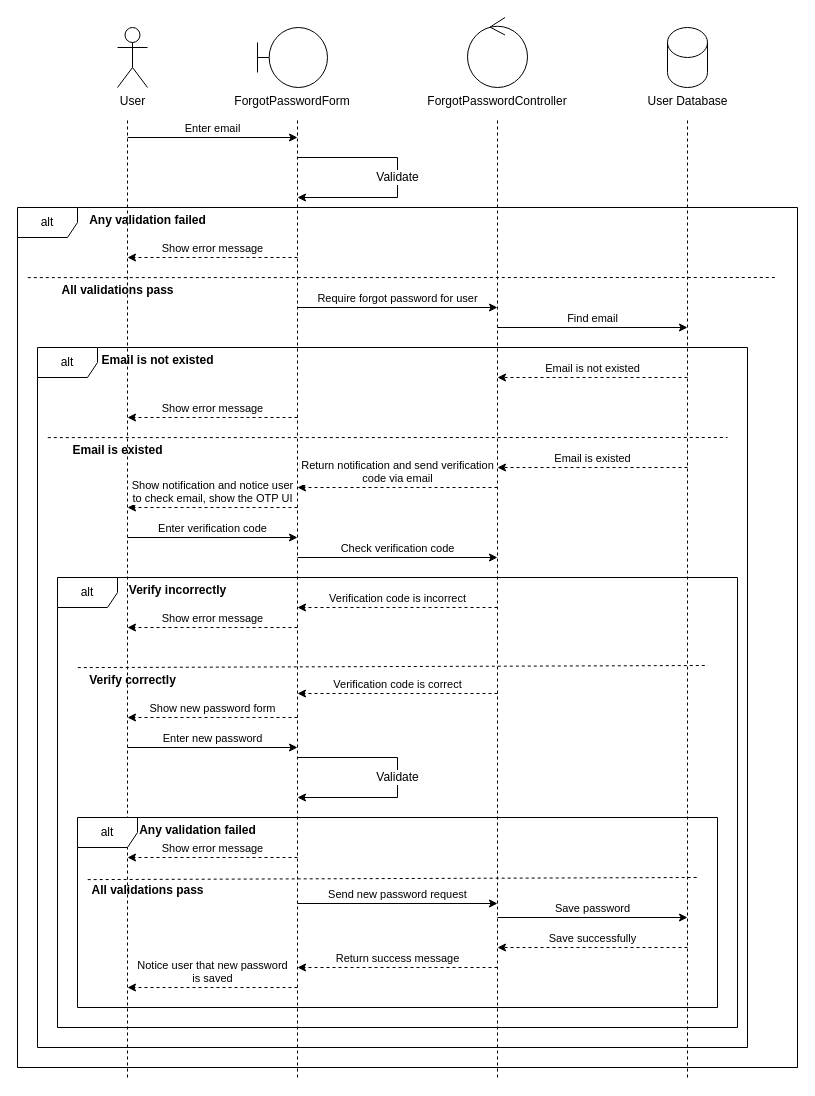
dncmaduro/gspacez-uml keeps this draw.io diagram as Forgot password.drawio. Above is the earlier version. Source tidied: cells renumbered, new cells numbered last; positions are measured from the earlier drawing's top-left corner, leaving out a move shared by most shapes. Both pictures are drawn from the tidied source at 100%, with x=0, y=0 at pixel (17, 17).
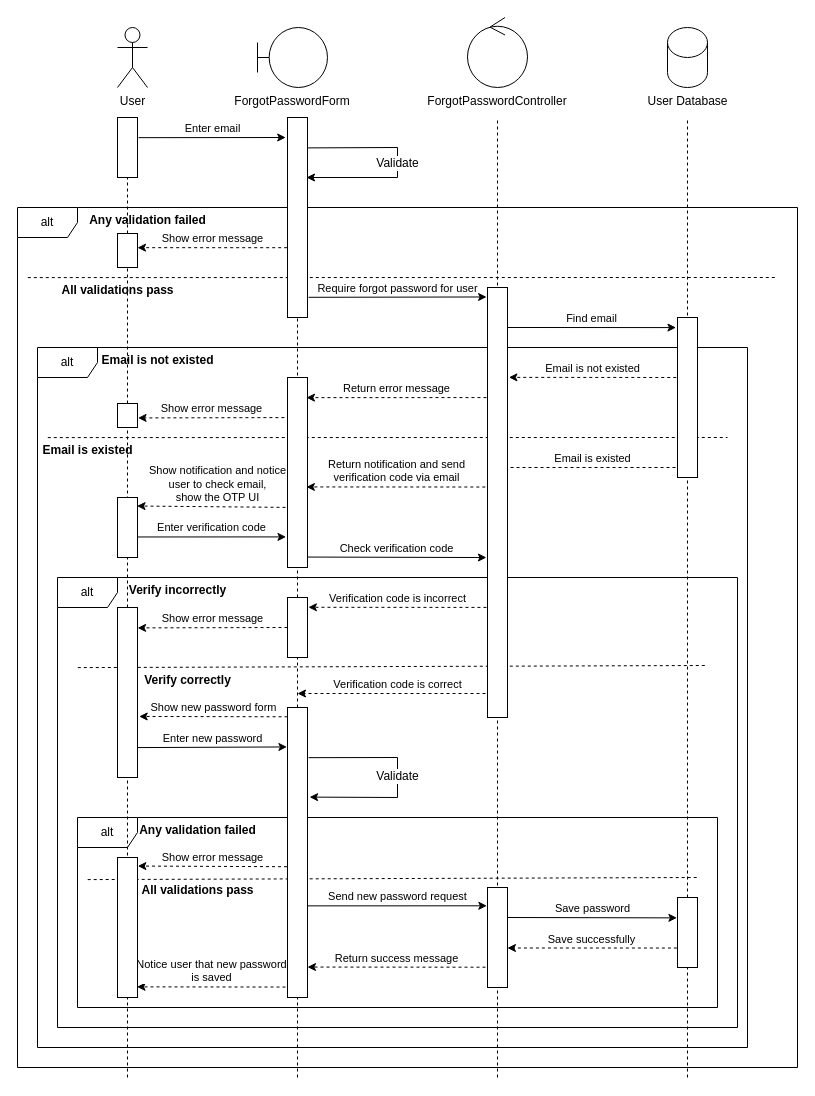
The same page after the edit.

Diff of the diagram source:
```diff
@@
-    <mxCell id="6" style="endArrow=none;dashed=1;html=1;rounded=0;" parent="1" edge="1">
+    <mxCell id="6" style="endArrow=none;dashed=1;html=1;rounded=0;" parent="1" edge="1" source="53">
       <mxGeometry relative="1" as="geometry">
-        <mxPoint x="110" y="1060" as="sourcePoint" />
         <mxPoint x="110" y="100" as="targetPoint" />
       </mxGeometry>
     </mxCell>
-    <mxCell id="7" style="endArrow=none;dashed=1;html=1;rounded=0;" parent="1" edge="1">
+    <mxCell id="7" style="endArrow=none;dashed=1;html=1;rounded=0;" parent="1" edge="1" source="61">
       <mxGeometry relative="1" as="geometry">
-        <mxPoint x="280" y="1060" as="sourcePoint" />
         <mxPoint x="280" y="100" as="targetPoint" />
       </mxGeometry>
     </mxCell>
@@
-    <mxCell id="10" value="Enter email" style="endArrow=classic;html=1;rounded=0;labelPosition=center;verticalLabelPosition=top;align=center;verticalAlign=bottom;" parent="1" edge="1">
-      <mxGeometry relative="1" as="geometry">
-        <mxPoint x="110" y="120" as="sourcePoint" />
-        <mxPoint x="280" y="120" as="targetPoint" />
-      </mxGeometry>
+    <mxCell id="10" value="Enter email" style="endArrow=classic;html=1;rounded=0;labelPosition=center;verticalLabelPosition=top;align=center;verticalAlign=bottom;exitX=1.052;exitY=0.336;exitDx=0;exitDy=0;exitPerimeter=0;entryX=-0.09;entryY=0.1;entryDx=0;entryDy=0;entryPerimeter=0;" parent="1" edge="1" source="50" target="51">
+      <mxGeometry relative="1" as="geometry" />
     </mxCell>
-    <mxCell id="11" value="Validate" style="endArrow=classic;html=1;rounded=0;labelPosition=center;verticalLabelPosition=middle;align=center;verticalAlign=middle;fontFamily=Helvetica;fontSize=12;fontColor=default;" parent="1" edge="1">
+    <mxCell id="11" value="Validate" style="endArrow=classic;html=1;rounded=0;labelPosition=center;verticalLabelPosition=middle;align=center;verticalAlign=middle;fontFamily=Helvetica;fontSize=12;fontColor=default;entryX=0.95;entryY=0.3;entryDx=0;entryDy=0;exitX=1.03;exitY=0.152;exitDx=0;exitDy=0;exitPerimeter=0;entryPerimeter=0;" parent="1" edge="1" source="51" target="51">
       <mxGeometry relative="1" as="geometry">
-        <mxPoint x="280" y="140" as="sourcePoint" />
-        <mxPoint x="280" y="180" as="targetPoint" />
         <Array as="points">
-          <mxPoint x="380" y="140" />
-          <mxPoint x="380" y="180" />
+          <mxPoint x="380" y="130" />
+          <mxPoint x="380" y="160" />
         </Array>
       </mxGeometry>
     </mxCell>
@@
-    <mxCell id="14" value="Show error message" style="endArrow=classic;html=1;rounded=0;dashed=1;labelPosition=center;verticalLabelPosition=top;align=center;verticalAlign=bottom;" parent="1" edge="1">
-      <mxGeometry relative="1" as="geometry">
-        <mxPoint x="280" y="240" as="sourcePoint" />
-        <mxPoint x="110" y="240" as="targetPoint" />
-      </mxGeometry>
+    <mxCell id="14" value="Show error message" style="endArrow=classic;html=1;rounded=0;dashed=1;labelPosition=center;verticalLabelPosition=top;align=center;verticalAlign=bottom;exitX=-0.017;exitY=0.651;exitDx=0;exitDy=0;exitPerimeter=0;entryX=1;entryY=0.417;entryDx=0;entryDy=0;entryPerimeter=0;" parent="1" edge="1" source="51" target="53">
+      <mxGeometry relative="1" as="geometry" />
     </mxCell>
@@
-    <mxCell id="17" value="Require forgot password for user" style="endArrow=classic;html=1;rounded=0;labelPosition=center;verticalLabelPosition=top;align=center;verticalAlign=bottom;" parent="1" edge="1">
-      <mxGeometry relative="1" as="geometry">
-        <mxPoint x="280" y="290" as="sourcePoint" />
-        <mxPoint x="480" y="290" as="targetPoint" />
-      </mxGeometry>
+    <mxCell id="17" value="Require forgot password for user" style="endArrow=classic;html=1;rounded=0;labelPosition=center;verticalLabelPosition=top;align=center;verticalAlign=bottom;exitX=1.052;exitY=0.899;exitDx=0;exitDy=0;exitPerimeter=0;entryX=-0.047;entryY=0.022;entryDx=0;entryDy=0;entryPerimeter=0;" parent="1" edge="1" source="51" target="54">
+      <mxGeometry relative="1" as="geometry" />
     </mxCell>
-    <mxCell id="18" value="Find email" style="endArrow=classic;html=1;rounded=0;labelPosition=center;verticalLabelPosition=top;align=center;verticalAlign=bottom;" parent="1" edge="1">
-      <mxGeometry relative="1" as="geometry">
-        <mxPoint x="480" y="310" as="sourcePoint" />
-        <mxPoint x="670" y="310" as="targetPoint" />
-      </mxGeometry>
+    <mxCell id="18" value="Find email" style="endArrow=classic;html=1;rounded=0;labelPosition=center;verticalLabelPosition=top;align=center;verticalAlign=bottom;exitX=0.972;exitY=0.093;exitDx=0;exitDy=0;exitPerimeter=0;entryX=-0.076;entryY=0.063;entryDx=0;entryDy=0;entryPerimeter=0;" parent="1" edge="1" source="54" target="55">
+      <mxGeometry relative="1" as="geometry" />
     </mxCell>
@@
-    <mxCell id="21" value="Email is not existed" style="endArrow=classic;html=1;rounded=0;dashed=1;labelPosition=center;verticalLabelPosition=top;align=center;verticalAlign=bottom;" parent="1" edge="1">
-      <mxGeometry relative="1" as="geometry">
-        <mxPoint x="670" y="360" as="sourcePoint" />
-        <mxPoint x="480" y="360" as="targetPoint" />
-      </mxGeometry>
+    <mxCell id="21" value="Email is not existed" style="endArrow=classic;html=1;rounded=0;dashed=1;labelPosition=center;verticalLabelPosition=top;align=center;verticalAlign=bottom;exitX=-0.061;exitY=0.375;exitDx=0;exitDy=0;exitPerimeter=0;entryX=1.071;entryY=0.209;entryDx=0;entryDy=0;entryPerimeter=0;" parent="1" edge="1" source="55" target="54">
+      <mxGeometry relative="1" as="geometry" />
     </mxCell>
-    <mxCell id="22" value="Return success message" style="endArrow=classic;html=1;rounded=0;dashed=1;labelPosition=center;verticalLabelPosition=top;align=center;verticalAlign=bottom;" parent="1" edge="1">
-      <mxGeometry relative="1" as="geometry">
-        <mxPoint x="480" y="950" as="sourcePoint" />
-        <mxPoint x="280" y="950" as="targetPoint" />
-      </mxGeometry>
+    <mxCell id="22" value="Return success message" style="endArrow=classic;html=1;rounded=0;dashed=1;labelPosition=center;verticalLabelPosition=top;align=center;verticalAlign=bottom;entryX=1;entryY=0.895;entryDx=0;entryDy=0;entryPerimeter=0;exitX=-0.1;exitY=0.797;exitDx=0;exitDy=0;exitPerimeter=0;" parent="1" edge="1" source="66" target="65">
+      <mxGeometry relative="1" as="geometry" />
     </mxCell>
-    <mxCell id="23" value="Show error message" style="endArrow=classic;html=1;rounded=0;dashed=1;labelPosition=center;verticalLabelPosition=top;align=center;verticalAlign=bottom;" parent="1" edge="1">
-      <mxGeometry relative="1" as="geometry">
-        <mxPoint x="280" y="400" as="sourcePoint" />
-        <mxPoint x="110" y="400" as="targetPoint" />
-      </mxGeometry>
+    <mxCell id="23" value="Show error message" style="endArrow=classic;html=1;rounded=0;dashed=1;labelPosition=center;verticalLabelPosition=top;align=center;verticalAlign=bottom;exitX=-0.155;exitY=0.211;exitDx=0;exitDy=0;exitPerimeter=0;entryX=1.027;entryY=0.601;entryDx=0;entryDy=0;entryPerimeter=0;" parent="1" edge="1" source="57" target="58">
+      <mxGeometry relative="1" as="geometry" />
     </mxCell>
@@
     <mxCell id="25" value="Email is existed" style="text;align=center;fontStyle=1;verticalAlign=middle;spacingLeft=3;spacingRight=3;strokeColor=none;html=1;" parent="1" vertex="1">
-      <mxGeometry x="60" y="420" width="80" height="26" as="geometry" />
+      <mxGeometry x="30" y="420" width="80" height="26" as="geometry" />
     </mxCell>
@@
-    <mxCell id="27" value="Return notification and send verification&lt;div&gt;code via email&lt;/div&gt;" style="endArrow=classic;html=1;rounded=0;dashed=1;labelPosition=center;verticalLabelPosition=top;align=center;verticalAlign=bottom;" parent="1" edge="1">
-      <mxGeometry relative="1" as="geometry">
-        <mxPoint x="480" y="470" as="sourcePoint" />
-        <mxPoint x="280" y="470" as="targetPoint" />
-      </mxGeometry>
+    <mxCell id="27" value="Return notification and send&lt;div&gt;verification&amp;nbsp;&lt;span style=&quot;background-color: light-dark(#ffffff, var(--ge-dark-color, #121212)); color: light-dark(rgb(0, 0, 0), rgb(255, 255, 255));&quot;&gt;code via email&lt;/span&gt;&lt;/div&gt;" style="endArrow=classic;html=1;rounded=0;dashed=1;labelPosition=center;verticalLabelPosition=top;align=center;verticalAlign=bottom;entryX=0.945;entryY=0.576;entryDx=0;entryDy=0;entryPerimeter=0;exitX=-0.108;exitY=0.464;exitDx=0;exitDy=0;exitPerimeter=0;" parent="1" edge="1" source="54" target="57">
+      <mxGeometry relative="1" as="geometry" />
     </mxCell>
-    <mxCell id="28" value="Show notification and notice user&lt;div&gt;to check email, show the OTP UI&lt;/div&gt;" style="endArrow=classic;html=1;rounded=0;dashed=1;labelPosition=center;verticalLabelPosition=top;align=center;verticalAlign=bottom;" parent="1" edge="1">
+    <mxCell id="28" value="Show notification and notice&lt;div&gt;user&amp;nbsp;&lt;span style=&quot;background-color: light-dark(#ffffff, var(--ge-dark-color, #121212)); color: light-dark(rgb(0, 0, 0), rgb(255, 255, 255));&quot;&gt;to check email,&lt;/span&gt;&lt;/div&gt;&lt;div&gt;&lt;span style=&quot;background-color: light-dark(#ffffff, var(--ge-dark-color, #121212)); color: light-dark(rgb(0, 0, 0), rgb(255, 255, 255));&quot;&gt;show the OTP UI&lt;/span&gt;&lt;/div&gt;" style="endArrow=classic;html=1;rounded=0;dashed=1;labelPosition=center;verticalLabelPosition=top;align=center;verticalAlign=bottom;entryX=0.975;entryY=0.142;entryDx=0;entryDy=0;entryPerimeter=0;" parent="1" edge="1" target="59">
       <mxGeometry relative="1" as="geometry">
         <mxPoint x="280" y="490" as="sourcePoint" />
-        <mxPoint x="110" y="490" as="targetPoint" />
       </mxGeometry>
     </mxCell>
-    <mxCell id="29" value="Enter verification code" style="endArrow=classic;html=1;rounded=0;labelPosition=center;verticalLabelPosition=top;align=center;verticalAlign=bottom;" parent="1" edge="1">
-      <mxGeometry relative="1" as="geometry">
-        <mxPoint x="110" y="520" as="sourcePoint" />
-        <mxPoint x="280" y="520" as="targetPoint" />
-      </mxGeometry>
+    <mxCell id="29" value="Enter verification code" style="endArrow=classic;html=1;rounded=0;labelPosition=center;verticalLabelPosition=top;align=center;verticalAlign=bottom;exitX=1.025;exitY=0.658;exitDx=0;exitDy=0;exitPerimeter=0;entryX=-0.075;entryY=0.839;entryDx=0;entryDy=0;entryPerimeter=0;" parent="1" edge="1" source="59" target="57">
+      <mxGeometry relative="1" as="geometry" />
     </mxCell>
@@
-    <mxCell id="31" value="Check verification code" style="endArrow=classic;html=1;rounded=0;labelPosition=center;verticalLabelPosition=top;align=center;verticalAlign=bottom;" parent="1" edge="1">
-      <mxGeometry relative="1" as="geometry">
-        <mxPoint x="280" y="540" as="sourcePoint" />
-        <mxPoint x="480" y="540" as="targetPoint" />
-      </mxGeometry>
+    <mxCell id="31" value="Check verification code" style="endArrow=classic;html=1;rounded=0;labelPosition=center;verticalLabelPosition=top;align=center;verticalAlign=bottom;exitX=0.997;exitY=0.945;exitDx=0;exitDy=0;exitPerimeter=0;entryX=-0.055;entryY=0.628;entryDx=0;entryDy=0;entryPerimeter=0;" parent="1" edge="1" source="57" target="54">
+      <mxGeometry relative="1" as="geometry" />
     </mxCell>
-    <mxCell id="32" value="Verification code is incorrect" style="endArrow=classic;html=1;rounded=0;dashed=1;labelPosition=center;verticalLabelPosition=top;align=center;verticalAlign=bottom;" parent="1" edge="1">
-      <mxGeometry relative="1" as="geometry">
-        <mxPoint x="480" y="590" as="sourcePoint" />
-        <mxPoint x="280" y="590" as="targetPoint" />
-      </mxGeometry>
+    <mxCell id="32" value="Verification code is incorrect" style="endArrow=classic;html=1;rounded=0;dashed=1;labelPosition=center;verticalLabelPosition=top;align=center;verticalAlign=bottom;entryX=1.044;entryY=0.163;entryDx=0;entryDy=0;entryPerimeter=0;exitX=-0.053;exitY=0.744;exitDx=0;exitDy=0;exitPerimeter=0;" parent="1" edge="1" source="54" target="61">
+      <mxGeometry relative="1" as="geometry" />
     </mxCell>
@@
-    <mxCell id="34" value="Show error message" style="endArrow=classic;html=1;rounded=0;dashed=1;labelPosition=center;verticalLabelPosition=top;align=center;verticalAlign=bottom;" parent="1" edge="1">
-      <mxGeometry relative="1" as="geometry">
-        <mxPoint x="280" y="610" as="sourcePoint" />
-        <mxPoint x="110" y="610" as="targetPoint" />
-      </mxGeometry>
+    <mxCell id="34" value="Show error message" style="endArrow=classic;html=1;rounded=0;dashed=1;labelPosition=center;verticalLabelPosition=top;align=center;verticalAlign=bottom;exitX=0;exitY=0.5;exitDx=0;exitDy=0;entryX=1.005;entryY=0.12;entryDx=0;entryDy=0;entryPerimeter=0;" parent="1" edge="1" source="61" target="63">
+      <mxGeometry relative="1" as="geometry" />
     </mxCell>
@@
     <mxCell id="36" value="Verify correctly" style="text;align=center;fontStyle=1;verticalAlign=middle;spacingLeft=3;spacingRight=3;strokeColor=none;html=1;" parent="1" vertex="1">
-      <mxGeometry x="75" y="650" width="80" height="26" as="geometry" />
+      <mxGeometry x="130" y="650" width="80" height="26" as="geometry" />
     </mxCell>
-    <mxCell id="37" value="Show new password form" style="endArrow=classic;html=1;rounded=0;dashed=1;labelPosition=center;verticalLabelPosition=top;align=center;verticalAlign=bottom;" parent="1" edge="1">
-      <mxGeometry relative="1" as="geometry">
-        <mxPoint x="280" y="700" as="sourcePoint" />
-        <mxPoint x="110" y="700" as="targetPoint" />
-      </mxGeometry>
+    <mxCell id="37" value="Show new password form" style="endArrow=classic;html=1;rounded=0;dashed=1;labelPosition=center;verticalLabelPosition=top;align=center;verticalAlign=bottom;exitX=0.004;exitY=0.032;exitDx=0;exitDy=0;exitPerimeter=0;entryX=1.085;entryY=0.641;entryDx=0;entryDy=0;entryPerimeter=0;" parent="1" edge="1" source="65" target="63">
+      <mxGeometry relative="1" as="geometry" />
     </mxCell>
@@
-    <mxCell id="39" value="Enter new password" style="endArrow=classic;html=1;rounded=0;labelPosition=center;verticalLabelPosition=top;align=center;verticalAlign=bottom;" parent="1" edge="1">
-      <mxGeometry relative="1" as="geometry">
-        <mxPoint x="110" y="730" as="sourcePoint" />
-        <mxPoint x="280" y="730" as="targetPoint" />
-      </mxGeometry>
+    <mxCell id="39" value="Enter new password" style="endArrow=classic;html=1;rounded=0;labelPosition=center;verticalLabelPosition=top;align=center;verticalAlign=bottom;exitX=1.012;exitY=0.824;exitDx=0;exitDy=0;exitPerimeter=0;entryX=-0.029;entryY=0.136;entryDx=0;entryDy=0;entryPerimeter=0;" parent="1" edge="1" source="63" target="65">
+      <mxGeometry relative="1" as="geometry" />
     </mxCell>
-    <mxCell id="40" value="Validate" style="endArrow=classic;html=1;rounded=0;labelPosition=center;verticalLabelPosition=middle;align=center;verticalAlign=middle;fontFamily=Helvetica;fontSize=12;fontColor=default;" parent="1" edge="1">
+    <mxCell id="40" value="Validate" style="endArrow=classic;html=1;rounded=0;labelPosition=center;verticalLabelPosition=middle;align=center;verticalAlign=middle;fontFamily=Helvetica;fontSize=12;fontColor=default;exitX=1.05;exitY=0.173;exitDx=0;exitDy=0;entryX=1.106;entryY=0.309;entryDx=0;entryDy=0;entryPerimeter=0;exitPerimeter=0;" parent="1" edge="1" source="65" target="65">
       <mxGeometry relative="1" as="geometry">
-        <mxPoint x="280" y="740" as="sourcePoint" />
-        <mxPoint x="280" y="780" as="targetPoint" />
         <Array as="points">
           <mxPoint x="380" y="740" />
           <mxPoint x="380" y="780" />
         </Array>
       </mxGeometry>
     </mxCell>
@@
-    <mxCell id="42" value="Show error message" style="endArrow=classic;html=1;rounded=0;dashed=1;labelPosition=center;verticalLabelPosition=top;align=center;verticalAlign=bottom;" parent="1" edge="1">
-      <mxGeometry relative="1" as="geometry">
-        <mxPoint x="280" y="840" as="sourcePoint" />
-        <mxPoint x="110" y="840" as="targetPoint" />
-      </mxGeometry>
+    <mxCell id="42" value="Show error message" style="endArrow=classic;html=1;rounded=0;dashed=1;labelPosition=center;verticalLabelPosition=top;align=center;verticalAlign=bottom;exitX=-0.025;exitY=0.549;exitDx=0;exitDy=0;exitPerimeter=0;entryX=1.017;entryY=0.061;entryDx=0;entryDy=0;entryPerimeter=0;" parent="1" edge="1" source="65" target="68">
+      <mxGeometry relative="1" as="geometry" />
     </mxCell>
@@
     <mxCell id="45" value="All validations pass" style="text;align=center;fontStyle=1;verticalAlign=middle;spacingLeft=3;spacingRight=3;strokeColor=none;html=1;" parent="1" vertex="1">
-      <mxGeometry x="90" y="860" width="80" height="26" as="geometry" />
+      <mxGeometry x="140" y="860" width="80" height="26" as="geometry" />
     </mxCell>
-    <mxCell id="46" value="Send new password request" style="endArrow=classic;html=1;rounded=0;labelPosition=center;verticalLabelPosition=top;align=center;verticalAlign=bottom;" parent="1" edge="1">
-      <mxGeometry relative="1" as="geometry">
-        <mxPoint x="280" y="886" as="sourcePoint" />
-        <mxPoint x="480" y="886" as="targetPoint" />
-      </mxGeometry>
+    <mxCell id="46" value="Send new password request" style="endArrow=classic;html=1;rounded=0;labelPosition=center;verticalLabelPosition=top;align=center;verticalAlign=bottom;exitX=1;exitY=0.684;exitDx=0;exitDy=0;exitPerimeter=0;entryX=-0.033;entryY=0.183;entryDx=0;entryDy=0;entryPerimeter=0;" parent="1" edge="1" source="65" target="66">
+      <mxGeometry relative="1" as="geometry" />
     </mxCell>
-    <mxCell id="47" value="Save password" style="endArrow=classic;html=1;rounded=0;labelPosition=center;verticalLabelPosition=top;align=center;verticalAlign=bottom;" parent="1" edge="1">
-      <mxGeometry relative="1" as="geometry">
-        <mxPoint x="480" y="900" as="sourcePoint" />
-        <mxPoint x="670" y="900" as="targetPoint" />
-      </mxGeometry>
+    <mxCell id="47" value="Save password" style="endArrow=classic;html=1;rounded=0;labelPosition=center;verticalLabelPosition=top;align=center;verticalAlign=bottom;entryX=-0.029;entryY=0.291;entryDx=0;entryDy=0;entryPerimeter=0;exitX=1.012;exitY=0.3;exitDx=0;exitDy=0;exitPerimeter=0;" parent="1" edge="1" source="66" target="67">
+      <mxGeometry relative="1" as="geometry" />
     </mxCell>
-    <mxCell id="48" value="Save successfully" style="endArrow=classic;html=1;rounded=0;dashed=1;labelPosition=center;verticalLabelPosition=top;align=center;verticalAlign=bottom;" parent="1" edge="1">
-      <mxGeometry relative="1" as="geometry">
-        <mxPoint x="670" y="930" as="sourcePoint" />
-        <mxPoint x="480" y="930" as="targetPoint" />
-      </mxGeometry>
+    <mxCell id="48" value="Save successfully" style="endArrow=classic;html=1;rounded=0;dashed=1;labelPosition=center;verticalLabelPosition=top;align=center;verticalAlign=bottom;entryX=0.996;entryY=0.605;entryDx=0;entryDy=0;entryPerimeter=0;exitX=-0.029;exitY=0.722;exitDx=0;exitDy=0;exitPerimeter=0;" parent="1" edge="1" source="67" target="66">
+      <mxGeometry relative="1" as="geometry" />
     </mxCell>
-    <mxCell id="49" value="Notice user that new password&lt;div&gt;is saved&lt;/div&gt;" style="endArrow=classic;html=1;rounded=0;dashed=1;labelPosition=center;verticalLabelPosition=top;align=center;verticalAlign=bottom;" parent="1" edge="1">
-      <mxGeometry relative="1" as="geometry">
-        <mxPoint x="280" y="970" as="sourcePoint" />
-        <mxPoint x="110" y="970" as="targetPoint" />
-      </mxGeometry>
+    <mxCell id="49" value="Notice user that new password&lt;div&gt;is saved&lt;/div&gt;" style="endArrow=classic;html=1;rounded=0;dashed=1;labelPosition=center;verticalLabelPosition=top;align=center;verticalAlign=bottom;exitX=-0.1;exitY=0.964;exitDx=0;exitDy=0;exitPerimeter=0;entryX=0.975;entryY=0.924;entryDx=0;entryDy=0;entryPerimeter=0;" parent="1" edge="1" source="65" target="68">
+      <mxGeometry relative="1" as="geometry" />
     </mxCell>
+    <mxCell id="50" style="rounded=0;whiteSpace=wrap;html=1;" parent="1" vertex="1">
+      <mxGeometry x="100" y="100" width="20" height="60" as="geometry" />
+    </mxCell>
+    <mxCell id="51" style="rounded=0;whiteSpace=wrap;html=1;" parent="1" vertex="1">
+      <mxGeometry x="270" y="100" width="20" height="200" as="geometry" />
+    </mxCell>
+    <mxCell id="52" style="endArrow=none;dashed=1;html=1;rounded=0;" parent="1" edge="1" source="63" target="53">
+      <mxGeometry relative="1" as="geometry" />
+    </mxCell>
+    <mxCell id="53" style="rounded=0;whiteSpace=wrap;html=1;" parent="1" vertex="1">
+      <mxGeometry x="100" y="216" width="20" height="34" as="geometry" />
+    </mxCell>
+    <mxCell id="54" style="rounded=0;whiteSpace=wrap;html=1;" parent="1" vertex="1">
+      <mxGeometry x="470" y="270" width="20" height="430" as="geometry" />
+    </mxCell>
+    <mxCell id="55" style="rounded=0;whiteSpace=wrap;html=1;" parent="1" vertex="1">
+      <mxGeometry x="660" y="300" width="20" height="160" as="geometry" />
+    </mxCell>
+    <mxCell id="56" value="Return error message" style="endArrow=classic;html=1;rounded=0;dashed=1;labelPosition=center;verticalLabelPosition=top;align=center;verticalAlign=bottom;exitX=-0.052;exitY=0.256;exitDx=0;exitDy=0;exitPerimeter=0;entryX=0.948;entryY=0.106;entryDx=0;entryDy=0;entryPerimeter=0;" parent="1" edge="1" source="54" target="57">
+      <mxGeometry relative="1" as="geometry" />
+    </mxCell>
+    <mxCell id="57" style="rounded=0;whiteSpace=wrap;html=1;" parent="1" vertex="1">
+      <mxGeometry x="270" y="360" width="20" height="190" as="geometry" />
+    </mxCell>
+    <mxCell id="58" style="rounded=0;whiteSpace=wrap;html=1;" parent="1" vertex="1">
+      <mxGeometry x="100" y="386" width="20" height="24" as="geometry" />
+    </mxCell>
+    <mxCell id="59" style="rounded=0;whiteSpace=wrap;html=1;" parent="1" vertex="1">
+      <mxGeometry x="100" y="480" width="20" height="60" as="geometry" />
+    </mxCell>
+    <mxCell id="60" style="endArrow=none;dashed=1;html=1;rounded=0;" parent="1" edge="1" source="65" target="61">
+      <mxGeometry relative="1" as="geometry" />
+    </mxCell>
+    <mxCell id="61" style="rounded=0;whiteSpace=wrap;html=1;" parent="1" vertex="1">
+      <mxGeometry x="270" y="580" width="20" height="60" as="geometry" />
+    </mxCell>
+    <mxCell id="62" style="endArrow=none;dashed=1;html=1;rounded=0;" parent="1" edge="1" target="63">
+      <mxGeometry relative="1" as="geometry">
+        <mxPoint x="110" y="1060" as="sourcePoint" />
+      </mxGeometry>
+    </mxCell>
+    <mxCell id="63" style="rounded=0;whiteSpace=wrap;html=1;" parent="1" vertex="1">
+      <mxGeometry x="100" y="590" width="20" height="170" as="geometry" />
+    </mxCell>
+    <mxCell id="64" style="endArrow=none;dashed=1;html=1;rounded=0;" parent="1" edge="1" target="65">
+      <mxGeometry relative="1" as="geometry">
+        <mxPoint x="280" y="1060" as="sourcePoint" />
+      </mxGeometry>
+    </mxCell>
+    <mxCell id="65" style="rounded=0;whiteSpace=wrap;html=1;" parent="1" vertex="1">
+      <mxGeometry x="270" y="690" width="20" height="290" as="geometry" />
+    </mxCell>
+    <mxCell id="66" style="rounded=0;whiteSpace=wrap;html=1;" parent="1" vertex="1">
+      <mxGeometry x="470" y="870" width="20" height="100" as="geometry" />
+    </mxCell>
+    <mxCell id="67" style="rounded=0;whiteSpace=wrap;html=1;" parent="1" vertex="1">
+      <mxGeometry x="660" y="880" width="20" height="70" as="geometry" />
+    </mxCell>
+    <mxCell id="68" style="rounded=0;whiteSpace=wrap;html=1;" parent="1" vertex="1">
+      <mxGeometry x="100" y="840" width="20" height="140" as="geometry" />
+    </mxCell>
```
